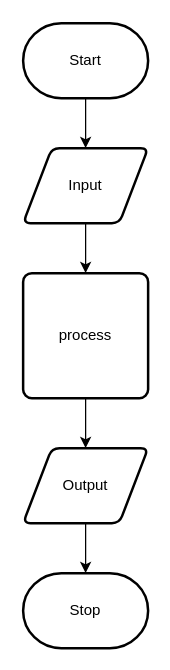
Above: design/flow-chart.drawio in Timothy-Manwell/ICS2O-Assignment-6 (draw.io), before the change. Source tidied: cells renumbered, new cells numbered last; positions are measured from the earlier drawing's top-left corner, leaving out a move shared by most shapes. Both pictures are drawn from the tidied source at 125%, with x=0, y=0 at pixel (22, 22).
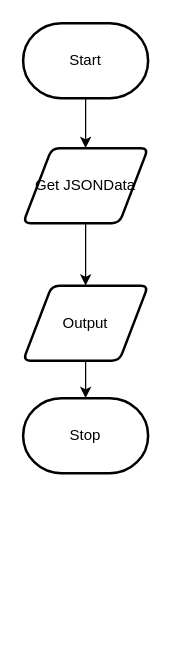
The same diagram, later.

Diff of the diagram source:
```diff
@@
 <mxGraphModel>
   <root>
     <mxCell id="0" />
     <mxCell id="1" parent="0" />
     <mxCell id="2" style="edgeStyle=none;html=1;" parent="1" edge="1" source="3" target="5">
       <mxGeometry relative="1" as="geometry" />
     </mxCell>
     <mxCell id="3" value="Start" style="strokeWidth=2;html=1;shape=mxgraph.flowchart.terminator;whiteSpace=wrap;" parent="1" vertex="1">
       <mxGeometry width="100" height="60" as="geometry" />
     </mxCell>
-    <mxCell id="4" style="edgeStyle=none;html=1;" parent="1" edge="1" source="5" target="7">
-      <mxGeometry relative="1" as="geometry" />
-    </mxCell>
-    <mxCell id="5" value="Input" style="shape=parallelogram;html=1;strokeWidth=2;perimeter=parallelogramPerimeter;whiteSpace=wrap;rounded=1;arcSize=12;size=0.23;" parent="1" vertex="1">
+    <mxCell id="5" value="Get JSONData" style="shape=parallelogram;html=1;strokeWidth=2;perimeter=parallelogramPerimeter;whiteSpace=wrap;rounded=1;arcSize=12;size=0.23;" parent="1" vertex="1">
       <mxGeometry y="100" width="100" height="60" as="geometry" />
     </mxCell>
-    <mxCell id="6" style="edgeStyle=none;html=1;" parent="1" edge="1" source="7" target="9">
+    <mxCell id="6" style="edgeStyle=none;html=1;exitX=0.5;exitY=1;exitDx=0;exitDy=0;" parent="1" edge="1" source="5" target="9">
       <mxGeometry relative="1" as="geometry" />
     </mxCell>
-    <mxCell id="7" value="process" style="rounded=1;whiteSpace=wrap;html=1;absoluteArcSize=1;arcSize=14;strokeWidth=2;" parent="1" vertex="1">
-      <mxGeometry y="200" width="100" height="100" as="geometry" />
-    </mxCell>
     <mxCell id="8" style="edgeStyle=none;html=1;" parent="1" edge="1" source="9" target="10">
       <mxGeometry relative="1" as="geometry" />
     </mxCell>
     <mxCell id="9" value="Output" style="shape=parallelogram;html=1;strokeWidth=2;perimeter=parallelogramPerimeter;whiteSpace=wrap;rounded=1;arcSize=12;size=0.23;" parent="1" vertex="1">
-      <mxGeometry y="340" width="100" height="60" as="geometry" />
+      <mxGeometry y="210" width="100" height="60" as="geometry" />
     </mxCell>
     <mxCell id="10" value="Stop" style="strokeWidth=2;html=1;shape=mxgraph.flowchart.terminator;whiteSpace=wrap;" parent="1" vertex="1">
-      <mxGeometry y="440" width="100" height="60" as="geometry" />
+      <mxGeometry y="300" width="100" height="60" as="geometry" />
     </mxCell>
   </root>
 </mxGraphModel>
```
